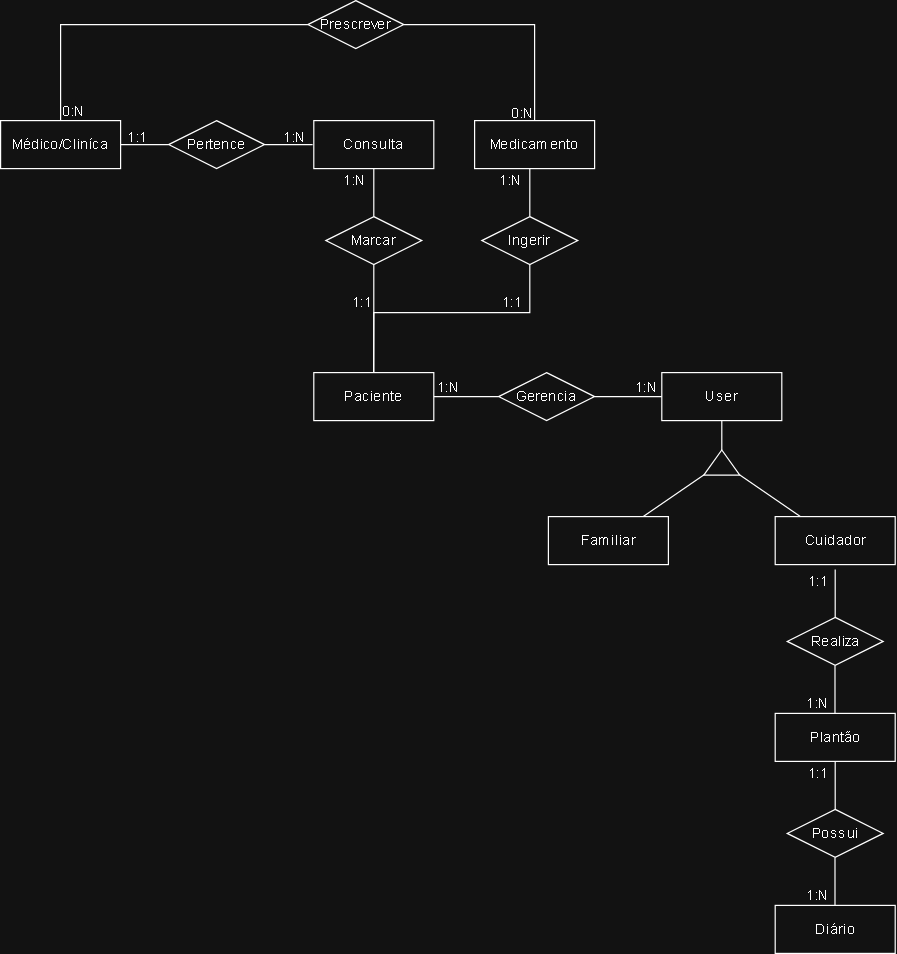
Earlier version of the draw.io export Diagramas/D.E.R.drawio.png (Leca327/FAC). Source tidied: cells renumbered, new cells last; positions are measured from the earlier drawing's top-left corner, leaving out a move shared by most shapes. Its diagram source:
```xml
<mxGraphModel>
  <root>
    <mxCell id="0" />
    <mxCell id="1" parent="0" />
    <mxCell id="2" value="Paciente" style="whiteSpace=wrap;html=1;align=center;" parent="1" vertex="1">
      <mxGeometry x="261" y="310" width="100" height="40" as="geometry" />
    </mxCell>
    <mxCell id="3" value="Médico/Cliníca" style="whiteSpace=wrap;html=1;align=center;" parent="1" vertex="1">
      <mxGeometry y="100" width="100" height="40" as="geometry" />
    </mxCell>
    <mxCell id="4" value="Consulta" style="whiteSpace=wrap;html=1;align=center;" parent="1" vertex="1">
      <mxGeometry x="261" y="100" width="100" height="40" as="geometry" />
    </mxCell>
    <mxCell id="5" value="Medicamento" style="whiteSpace=wrap;html=1;align=center;" parent="1" vertex="1">
      <mxGeometry x="395" y="100" width="100" height="40" as="geometry" />
    </mxCell>
    <mxCell id="6" value="Ingerir" style="shape=rhombus;perimeter=rhombusPerimeter;whiteSpace=wrap;html=1;align=center;" parent="1" vertex="1">
      <mxGeometry x="401" y="180" width="80" height="40" as="geometry" />
    </mxCell>
    <mxCell id="7" value="1:N" style="text;strokeColor=none;fillColor=none;spacingLeft=4;spacingRight=4;overflow=hidden;fontSize=12;whiteSpace=wrap;html=1;align=right;" parent="1" vertex="1">
      <mxGeometry x="401" y="136" width="40" height="30" as="geometry" />
    </mxCell>
    <mxCell id="8" style="endArrow=none;html=1;rounded=0;entryX=0.5;entryY=1;entryDx=0;entryDy=0;" parent="1" edge="1">
      <mxGeometry relative="1" as="geometry">
        <mxPoint x="441" y="180" as="sourcePoint" />
        <mxPoint x="441" y="140" as="targetPoint" />
      </mxGeometry>
    </mxCell>
    <mxCell id="9" style="endArrow=none;html=1;rounded=0;entryX=0.5;entryY=1;entryDx=0;entryDy=0;" parent="1" edge="1" target="6">
      <mxGeometry relative="1" as="geometry">
        <mxPoint x="310.8" y="310" as="sourcePoint" />
        <Array as="points">
          <mxPoint x="311" y="260" />
          <mxPoint x="441" y="260" />
        </Array>
      </mxGeometry>
    </mxCell>
    <mxCell id="10" value="1:1" style="text;strokeColor=none;fillColor=none;spacingLeft=4;spacingRight=4;overflow=hidden;fontSize=12;whiteSpace=wrap;html=1;align=right;" parent="1" vertex="1">
      <mxGeometry x="401" y="238" width="40" height="30" as="geometry" />
    </mxCell>
    <mxCell id="11" value="Marcar" style="shape=rhombus;perimeter=rhombusPerimeter;whiteSpace=wrap;html=1;align=center;" parent="1" vertex="1">
      <mxGeometry x="271" y="180" width="80" height="40" as="geometry" />
    </mxCell>
    <mxCell id="12" value="1:N" style="text;strokeColor=none;fillColor=none;spacingLeft=4;spacingRight=4;overflow=hidden;fontSize=12;whiteSpace=wrap;html=1;align=right;" parent="1" vertex="1">
      <mxGeometry x="271" y="136" width="40" height="30" as="geometry" />
    </mxCell>
    <mxCell id="13" style="endArrow=none;html=1;rounded=0;entryX=0.5;entryY=1;entryDx=0;entryDy=0;" parent="1" edge="1">
      <mxGeometry relative="1" as="geometry">
        <mxPoint x="311" y="180" as="sourcePoint" />
        <mxPoint x="311" y="140" as="targetPoint" />
      </mxGeometry>
    </mxCell>
    <mxCell id="14" value="1:1" style="text;strokeColor=none;fillColor=none;spacingLeft=4;spacingRight=4;overflow=hidden;fontSize=12;whiteSpace=wrap;html=1;align=right;" parent="1" vertex="1">
      <mxGeometry x="276" y="238" width="40" height="30" as="geometry" />
    </mxCell>
    <mxCell id="15" style="endArrow=none;html=1;rounded=0;entryX=0.5;entryY=1;entryDx=0;entryDy=0;exitX=0.5;exitY=0;exitDx=0;exitDy=0;" parent="1" edge="1" source="2" target="11">
      <mxGeometry relative="1" as="geometry" />
    </mxCell>
    <mxCell id="16" value="Pertence" style="shape=rhombus;perimeter=rhombusPerimeter;whiteSpace=wrap;html=1;align=center;" parent="1" vertex="1">
      <mxGeometry x="140" y="100" width="80" height="40" as="geometry" />
    </mxCell>
    <mxCell id="17" style="line;strokeWidth=1;dashed=0;labelPosition=right;align=left;verticalAlign=middle;spacingTop=0;spacingLeft=6;" parent="1" vertex="1">
      <mxGeometry x="220" y="115" width="40" height="10" as="geometry" />
    </mxCell>
    <mxCell id="18" style="line;strokeWidth=1;dashed=0;labelPosition=right;align=left;verticalAlign=middle;spacingTop=0;spacingLeft=6;" parent="1" vertex="1">
      <mxGeometry x="100" y="115" width="40" height="10" as="geometry" />
    </mxCell>
    <mxCell id="19" value="1:1" style="text;strokeColor=none;fillColor=none;spacingLeft=4;spacingRight=4;overflow=hidden;fontSize=12;whiteSpace=wrap;html=1;" parent="1" vertex="1">
      <mxGeometry x="100" y="100" width="40" height="30" as="geometry" />
    </mxCell>
    <mxCell id="20" value="1:N" style="text;strokeColor=none;fillColor=none;spacingLeft=4;spacingRight=4;overflow=hidden;fontSize=12;whiteSpace=wrap;html=1;align=right;" parent="1" vertex="1">
      <mxGeometry x="221" y="100" width="40" height="30" as="geometry" />
    </mxCell>
    <mxCell id="21" value="Prescrever" style="shape=rhombus;perimeter=rhombusPerimeter;whiteSpace=wrap;html=1;align=center;" parent="1" vertex="1">
      <mxGeometry x="256" width="80" height="40" as="geometry" />
    </mxCell>
    <mxCell id="22" style="endArrow=none;html=1;rounded=0;" parent="1" edge="1" source="5" target="21">
      <mxGeometry relative="1" as="geometry">
        <Array as="points">
          <mxPoint x="445" y="20" />
        </Array>
      </mxGeometry>
    </mxCell>
    <mxCell id="23" style="endArrow=none;html=1;rounded=0;entryX=0;entryY=0.5;entryDx=0;entryDy=0;" parent="1" edge="1" source="3" target="21">
      <mxGeometry relative="1" as="geometry">
        <Array as="points">
          <mxPoint x="50" y="20" />
        </Array>
      </mxGeometry>
    </mxCell>
    <mxCell id="24" value="0:N" style="text;strokeColor=none;fillColor=none;spacingLeft=4;spacingRight=4;overflow=hidden;fontSize=12;whiteSpace=wrap;html=1;align=right;" parent="1" vertex="1">
      <mxGeometry x="411" y="80" width="40" height="30" as="geometry" />
    </mxCell>
    <mxCell id="25" value="0:N" style="text;strokeColor=none;fillColor=none;spacingLeft=4;spacingRight=4;overflow=hidden;fontSize=12;whiteSpace=wrap;html=1;align=right;" parent="1" vertex="1">
      <mxGeometry x="37" y="79" width="40" height="30" as="geometry" />
    </mxCell>
    <mxCell id="26" value="User" style="whiteSpace=wrap;html=1;align=center;" parent="1" vertex="1">
      <mxGeometry x="551" y="310" width="100" height="40" as="geometry" />
    </mxCell>
    <mxCell id="27" value="Familiar" style="whiteSpace=wrap;html=1;align=center;" parent="1" vertex="1">
      <mxGeometry x="456.5" y="430" width="100" height="40" as="geometry" />
    </mxCell>
    <mxCell id="28" value="Cuidador" style="whiteSpace=wrap;html=1;align=center;" parent="1" vertex="1">
      <mxGeometry x="645.5" y="430" width="100" height="40" as="geometry" />
    </mxCell>
    <mxCell id="29" style="triangle;whiteSpace=wrap;html=1;rotation=-90;" parent="1" vertex="1">
      <mxGeometry x="590.5" y="370" width="21" height="30" as="geometry" />
    </mxCell>
    <mxCell id="30" style="endArrow=none;html=1;rounded=0;" parent="1" edge="1" source="29" target="26">
      <mxGeometry relative="1" as="geometry" />
    </mxCell>
    <mxCell id="31" style="endArrow=none;html=1;rounded=0;" parent="1" edge="1" source="27" target="29">
      <mxGeometry relative="1" as="geometry" />
    </mxCell>
    <mxCell id="32" style="endArrow=none;html=1;rounded=0;" parent="1" edge="1" source="28" target="29">
      <mxGeometry relative="1" as="geometry" />
    </mxCell>
    <mxCell id="33" value="Gerencia" style="shape=rhombus;perimeter=rhombusPerimeter;whiteSpace=wrap;html=1;align=center;" parent="1" vertex="1">
      <mxGeometry x="415" y="310" width="80" height="40" as="geometry" />
    </mxCell>
    <mxCell id="34" style="endArrow=none;html=1;rounded=0;" parent="1" edge="1" source="33" target="26">
      <mxGeometry relative="1" as="geometry" />
    </mxCell>
    <mxCell id="35" style="endArrow=none;html=1;rounded=0;" parent="1" edge="1" source="33" target="2">
      <mxGeometry relative="1" as="geometry" />
    </mxCell>
    <mxCell id="36" value="1:N" style="text;strokeColor=none;fillColor=none;spacingLeft=4;spacingRight=4;overflow=hidden;fontSize=12;whiteSpace=wrap;html=1;align=right;" parent="1" vertex="1">
      <mxGeometry x="513.5" y="309" width="40" height="30" as="geometry" />
    </mxCell>
    <mxCell id="37" value="1:N" style="text;strokeColor=none;fillColor=none;spacingLeft=4;spacingRight=4;overflow=hidden;fontSize=12;whiteSpace=wrap;html=1;align=left;" parent="1" vertex="1">
      <mxGeometry x="358" y="309" width="40" height="30" as="geometry" />
    </mxCell>
    <mxCell id="38" value="Plantão" style="whiteSpace=wrap;html=1;align=center;" parent="1" vertex="1">
      <mxGeometry x="645.5" y="594" width="100" height="40" as="geometry" />
    </mxCell>
    <mxCell id="39" value="Diário" style="whiteSpace=wrap;html=1;align=center;" parent="1" vertex="1">
      <mxGeometry x="645.5" y="754" width="100" height="40" as="geometry" />
    </mxCell>
    <mxCell id="40" value="Realiza" style="shape=rhombus;perimeter=rhombusPerimeter;whiteSpace=wrap;html=1;align=center;" parent="1" vertex="1">
      <mxGeometry x="655.5" y="514" width="80" height="40" as="geometry" />
    </mxCell>
    <mxCell id="41" value="1:1" style="text;strokeColor=none;fillColor=none;spacingLeft=4;spacingRight=4;overflow=hidden;fontSize=12;whiteSpace=wrap;html=1;align=right;" parent="1" vertex="1">
      <mxGeometry x="655.5" y="470" width="40" height="30" as="geometry" />
    </mxCell>
    <mxCell id="42" style="endArrow=none;html=1;rounded=0;entryX=0.5;entryY=1;entryDx=0;entryDy=0;" parent="1" edge="1">
      <mxGeometry relative="1" as="geometry">
        <mxPoint x="695.5" y="514" as="sourcePoint" />
        <mxPoint x="695.5" y="474" as="targetPoint" />
      </mxGeometry>
    </mxCell>
    <mxCell id="43" style="endArrow=none;html=1;rounded=0;entryX=0.5;entryY=1;entryDx=0;entryDy=0;" parent="1" edge="1">
      <mxGeometry relative="1" as="geometry">
        <mxPoint x="695.3" y="594" as="sourcePoint" />
        <mxPoint x="695.3" y="554" as="targetPoint" />
      </mxGeometry>
    </mxCell>
    <mxCell id="44" value="1:N" style="text;strokeColor=none;fillColor=none;spacingLeft=4;spacingRight=4;overflow=hidden;fontSize=12;whiteSpace=wrap;html=1;align=right;" parent="1" vertex="1">
      <mxGeometry x="656.5" y="572" width="40" height="30" as="geometry" />
    </mxCell>
    <mxCell id="45" value="Possui" style="shape=rhombus;perimeter=rhombusPerimeter;whiteSpace=wrap;html=1;align=center;" parent="1" vertex="1">
      <mxGeometry x="655.5" y="674" width="80" height="40" as="geometry" />
    </mxCell>
    <mxCell id="46" value="1:1" style="text;strokeColor=none;fillColor=none;spacingLeft=4;spacingRight=4;overflow=hidden;fontSize=12;whiteSpace=wrap;html=1;align=right;" parent="1" vertex="1">
      <mxGeometry x="655.5" y="630" width="40" height="30" as="geometry" />
    </mxCell>
    <mxCell id="47" style="endArrow=none;html=1;rounded=0;entryX=0.5;entryY=1;entryDx=0;entryDy=0;" parent="1" edge="1">
      <mxGeometry relative="1" as="geometry">
        <mxPoint x="695.5" y="674" as="sourcePoint" />
        <mxPoint x="695.5" y="634" as="targetPoint" />
      </mxGeometry>
    </mxCell>
    <mxCell id="48" style="endArrow=none;html=1;rounded=0;entryX=0.5;entryY=1;entryDx=0;entryDy=0;" parent="1" edge="1">
      <mxGeometry relative="1" as="geometry">
        <mxPoint x="695.3" y="754" as="sourcePoint" />
        <mxPoint x="695.3" y="714" as="targetPoint" />
      </mxGeometry>
    </mxCell>
    <mxCell id="49" value="1:N" style="text;strokeColor=none;fillColor=none;spacingLeft=4;spacingRight=4;overflow=hidden;fontSize=12;whiteSpace=wrap;html=1;align=right;" parent="1" vertex="1">
      <mxGeometry x="656.5" y="732" width="40" height="30" as="geometry" />
    </mxCell>
  </root>
</mxGraphModel>
```
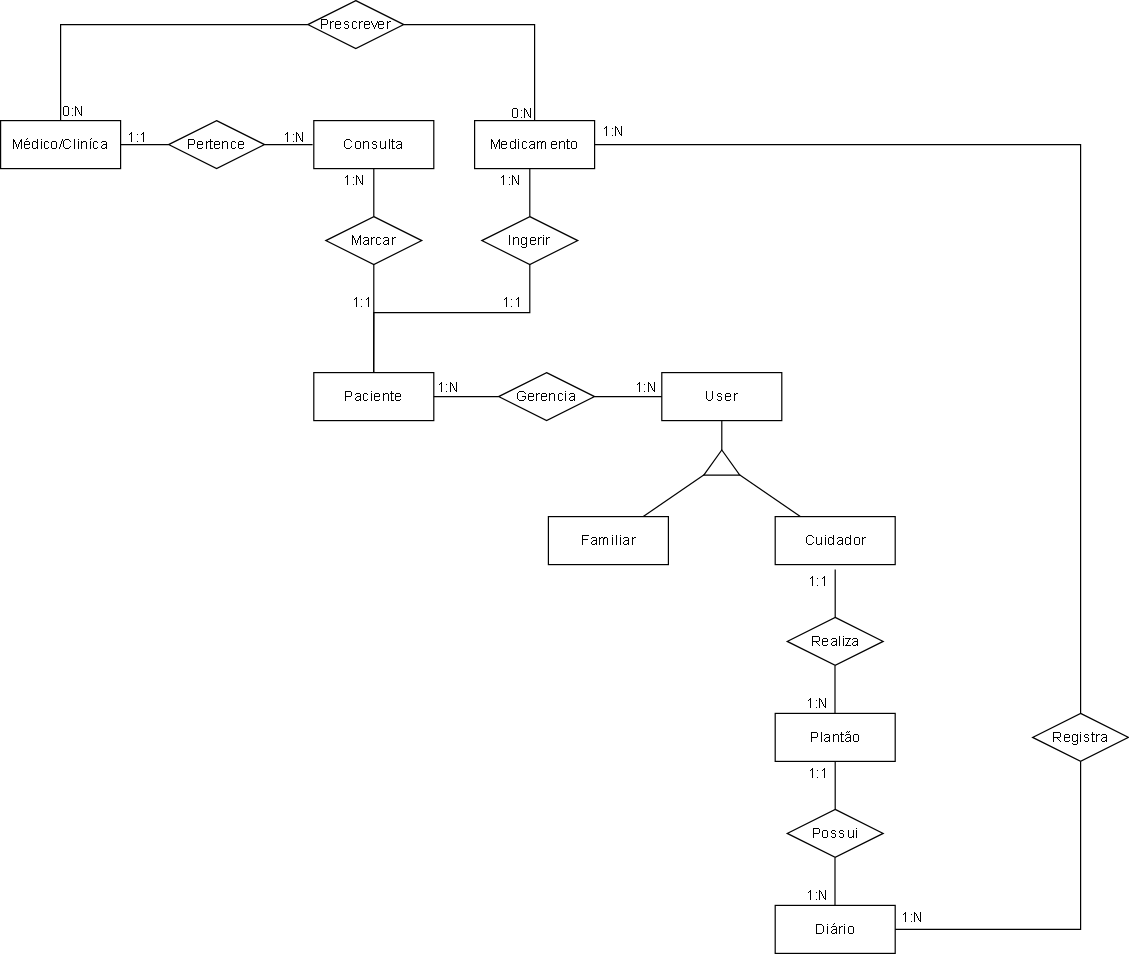
The same diagram one commit later.

Diff of the diagram source:
```diff
@@ -178,5 +178,28 @@
     <mxCell id="49" value="1:N" style="text;strokeColor=none;fillColor=none;spacingLeft=4;spacingRight=4;overflow=hidden;fontSize=12;whiteSpace=wrap;html=1;align=right;" parent="1" vertex="1">
       <mxGeometry x="656.5" y="732" width="40" height="30" as="geometry" />
     </mxCell>
+    <mxCell id="50" value="Registra" style="shape=rhombus;perimeter=rhombusPerimeter;whiteSpace=wrap;html=1;align=center;" parent="1" vertex="1">
+      <mxGeometry x="860" y="594" width="80" height="40" as="geometry" />
+    </mxCell>
+    <mxCell id="51" style="endArrow=none;html=1;rounded=0;" parent="1" edge="1" source="39" target="50">
+      <mxGeometry relative="1" as="geometry">
+        <Array as="points">
+          <mxPoint x="900" y="774" />
+        </Array>
+      </mxGeometry>
+    </mxCell>
+    <mxCell id="52" style="endArrow=none;html=1;rounded=0;" parent="1" edge="1" source="5" target="50">
+      <mxGeometry relative="1" as="geometry">
+        <Array as="points">
+          <mxPoint x="900" y="120" />
+        </Array>
+      </mxGeometry>
+    </mxCell>
+    <mxCell id="53" value="1:N" style="text;strokeColor=none;fillColor=none;spacingLeft=4;spacingRight=4;overflow=hidden;fontSize=12;whiteSpace=wrap;html=1;align=right;" parent="1" vertex="1">
+      <mxGeometry x="735.5" y="750" width="40" height="30" as="geometry" />
+    </mxCell>
+    <mxCell id="54" value="1:N" style="text;strokeColor=none;fillColor=none;spacingLeft=4;spacingRight=4;overflow=hidden;fontSize=12;whiteSpace=wrap;html=1;align=right;" parent="1" vertex="1">
+      <mxGeometry x="486.5" y="95" width="40" height="30" as="geometry" />
+    </mxCell>
   </root>
 </mxGraphModel>
```
